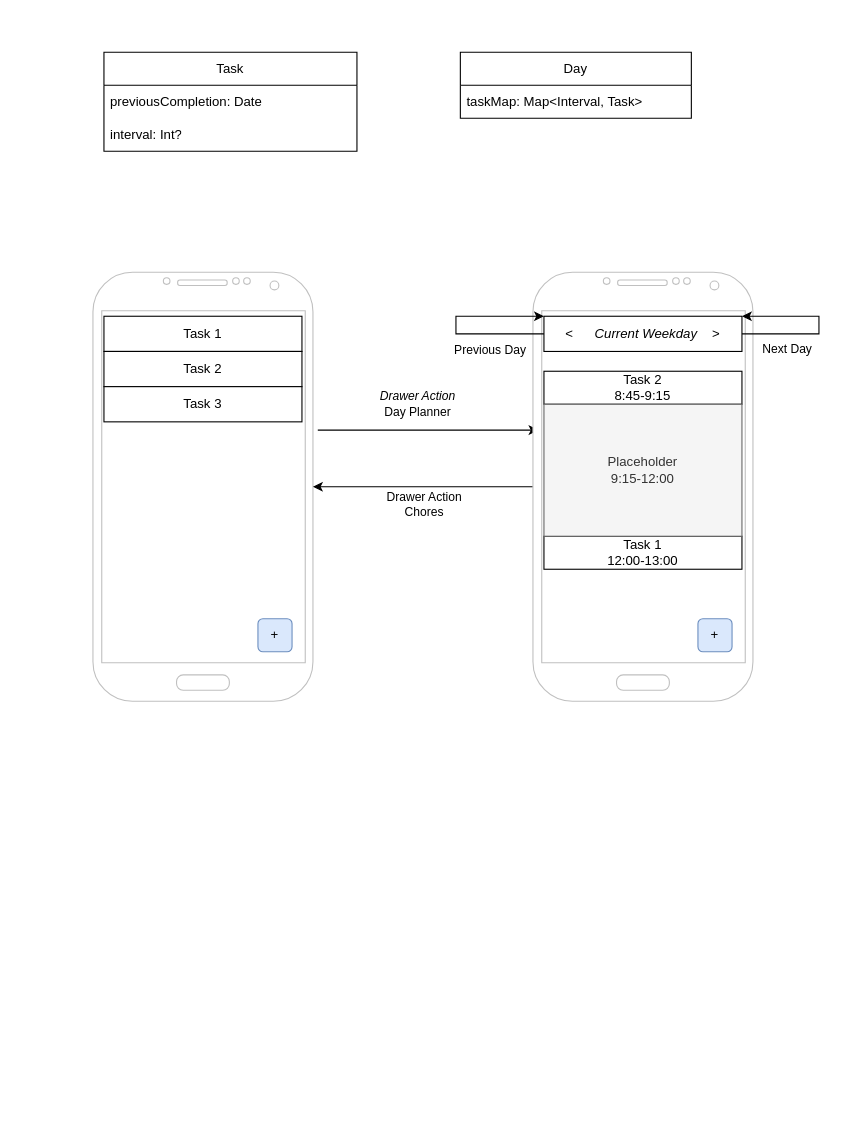
Before: day-planner.drawio in meik99/SimpleChores, a draw.io diagram. Source tidied: cells renumbered, new cells numbered last; positions are measured from the earlier drawing's top-left corner, leaving out a move shared by most shapes. Both pictures are drawn from the tidied source at 110%, with x=0, y=0 at pixel (92, 52).
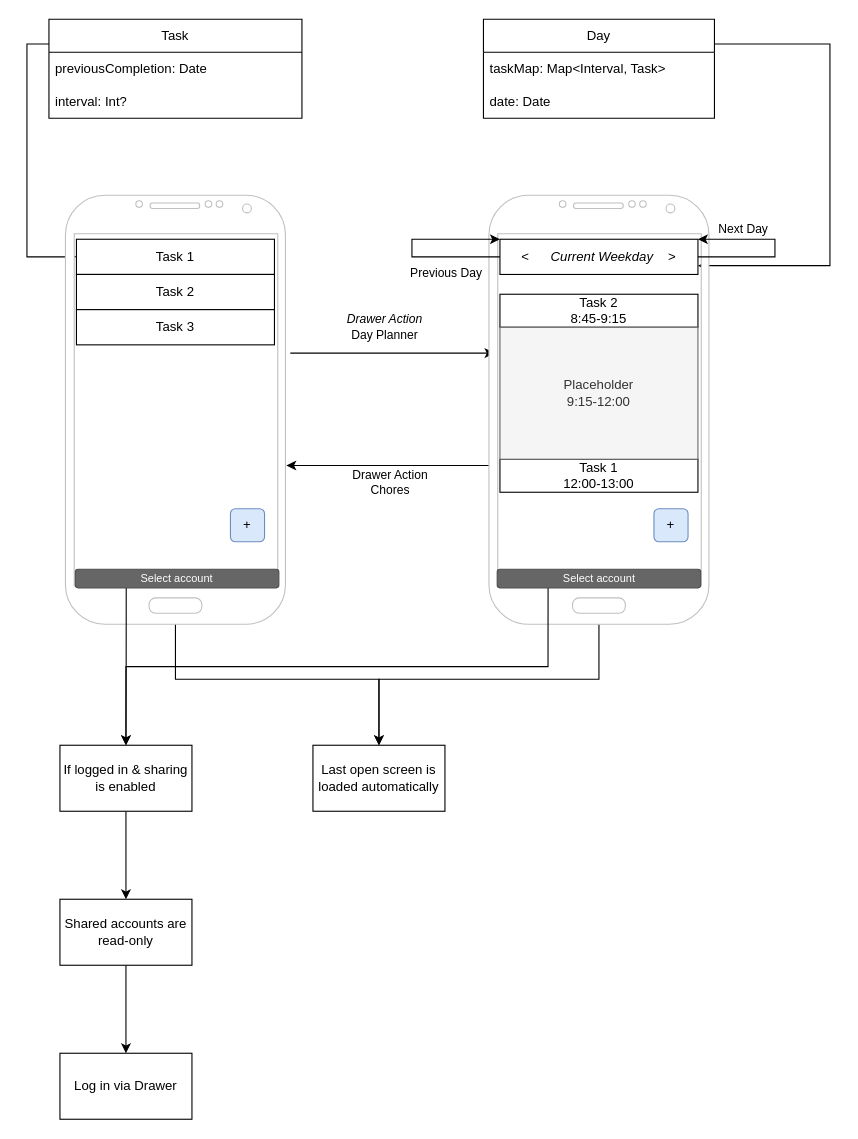
The same page after the edit.

The edit, as a diff of the source:
```diff
@@
+    <mxCell id="26" style="edgeStyle=orthogonalEdgeStyle;rounded=0;jettySize=auto;html=1;exitX=0;exitY=0.25;exitDx=0;exitDy=0;entryX=0;entryY=0.5;entryDx=0;entryDy=0;" parent="1" edge="1" source="2" target="10">
+      <mxGeometry relative="1" as="geometry" />
+    </mxCell>
     <mxCell id="2" value="Task" style="swimlane;fontStyle=0;horizontal=1;startSize=30;whiteSpace=wrap;html=1;" parent="1" vertex="1">
-      <mxGeometry x="10" width="230" height="90" as="geometry" />
+      <mxGeometry x="-40" y="-30" width="230" height="90" as="geometry" />
     </mxCell>
@@
+    <mxCell id="27" style="edgeStyle=orthogonalEdgeStyle;rounded=0;jettySize=auto;html=1;exitX=1;exitY=0.25;exitDx=0;exitDy=0;entryX=1;entryY=0.75;entryDx=0;entryDy=0;" parent="1" edge="1" source="5" target="17">
+      <mxGeometry relative="1" as="geometry">
+        <Array as="points">
+          <mxPoint x="670" y="-7" />
+          <mxPoint x="670" y="194" />
+        </Array>
+      </mxGeometry>
+    </mxCell>
     <mxCell id="5" value="Day" style="swimlane;fontStyle=0;horizontal=1;startSize=30;whiteSpace=wrap;html=1;" parent="1" vertex="1">
-      <mxGeometry x="334" width="210" height="60" as="geometry" />
+      <mxGeometry x="355" y="-30" width="210" height="90" as="geometry" />
     </mxCell>
@@
+    <mxCell id="28" value="date: Date" style="text;strokeColor=none;fillColor=none;align=left;verticalAlign=middle;spacingLeft=4;spacingRight=4;overflow=hidden;whiteSpace=wrap;html=1;" parent="5" vertex="1">
+      <mxGeometry y="60" width="210" height="30" as="geometry" />
+    </mxCell>
@@
+    <mxCell id="29" style="edgeStyle=orthogonalEdgeStyle;rounded=0;jettySize=auto;html=1;entryX=0.5;entryY=0;entryDx=0;entryDy=0;" parent="1" edge="1" source="9" target="31">
+      <mxGeometry relative="1" as="geometry">
+        <Array as="points">
+          <mxPoint x="75" y="570" />
+          <mxPoint x="260" y="570" />
+        </Array>
+      </mxGeometry>
+    </mxCell>
     <mxCell id="9" style="verticalLabelPosition=bottom;verticalAlign=top;html=1;shadow=0;dashed=0;strokeWidth=1;shape=mxgraph.android.phone2;strokeColor=#c0c0c0;" parent="1" vertex="1">
-      <mxGeometry y="200" width="200" height="390" as="geometry" />
+      <mxGeometry x="-25" y="130" width="200" height="390" as="geometry" />
     </mxCell>
     <mxCell id="10" value="Task 1" style="rounded=0;whiteSpace=wrap;html=1;" parent="1" vertex="1">
-      <mxGeometry x="10" y="240" width="180" height="32" as="geometry" />
+      <mxGeometry x="-15" y="170" width="180" height="32" as="geometry" />
     </mxCell>
     <mxCell id="11" value="Task 2" style="rounded=0;whiteSpace=wrap;html=1;" parent="1" vertex="1">
-      <mxGeometry x="10" y="272" width="180" height="32" as="geometry" />
+      <mxGeometry x="-15" y="202" width="180" height="32" as="geometry" />
     </mxCell>
     <mxCell id="12" value="Task 3" style="rounded=0;whiteSpace=wrap;html=1;" parent="1" vertex="1">
-      <mxGeometry x="10" y="304" width="180" height="32" as="geometry" />
+      <mxGeometry x="-15" y="234" width="180" height="32" as="geometry" />
     </mxCell>
     <mxCell id="13" value="+" style="rounded=1;whiteSpace=wrap;html=1;fillColor=#dae8fc;strokeColor=#6c8ebf;" parent="1" vertex="1">
-      <mxGeometry x="150" y="515" width="31" height="30" as="geometry" />
+      <mxGeometry x="125" y="415" width="31" height="30" as="geometry" />
     </mxCell>
-    <mxCell id="14" style="edgeStyle=orthogonalEdgeStyle;rounded=0;jettySize=auto;html=1;" parent="1" edge="1" source="16" target="9">
+    <mxCell id="14" style="edgeStyle=orthogonalEdgeStyle;rounded=0;jettySize=auto;html=1;entryX=1.004;entryY=0.63;entryDx=0;entryDy=0;entryPerimeter=0;exitX=0.015;exitY=0.63;exitDx=0;exitDy=0;exitPerimeter=0;" parent="1" edge="1" source="16" target="9">
       <mxGeometry relative="1" as="geometry" />
     </mxCell>
@@
+    <mxCell id="30" style="edgeStyle=orthogonalEdgeStyle;rounded=0;jettySize=auto;html=1;" parent="1" edge="1" source="16" target="31">
+      <mxGeometry relative="1" as="geometry">
+        <Array as="points">
+          <mxPoint x="460" y="570" />
+          <mxPoint x="260" y="570" />
+        </Array>
+      </mxGeometry>
+    </mxCell>
     <mxCell id="16" style="verticalLabelPosition=bottom;verticalAlign=top;html=1;shadow=0;dashed=0;strokeWidth=1;shape=mxgraph.android.phone2;strokeColor=#c0c0c0;" parent="1" vertex="1">
-      <mxGeometry x="400" y="200" width="200" height="390" as="geometry" />
+      <mxGeometry x="360" y="130" width="200" height="390" as="geometry" />
     </mxCell>
     <mxCell id="17" value="&amp;lt;&lt;span style=&quot;white-space: pre;&quot;&gt;&#9;&lt;i&gt;Current Weekday &lt;/i&gt;&lt;span style=&quot;white-space: pre;&quot;&gt;&#9;&lt;/span&gt;&amp;gt;&lt;/span&gt;" style="rounded=0;whiteSpace=wrap;html=1;" parent="1" vertex="1">
-      <mxGeometry x="410" y="240" width="180" height="32" as="geometry" />
+      <mxGeometry x="370" y="170" width="180" height="32" as="geometry" />
     </mxCell>
     <mxCell id="18" style="edgeStyle=orthogonalEdgeStyle;rounded=0;orthogonalLoop=1;jettySize=auto;html=1;exitX=0;exitY=0.5;exitDx=0;exitDy=0;entryX=0;entryY=0;entryDx=0;entryDy=0;" parent="1" edge="1" source="17" target="17">
       <mxGeometry relative="1" as="geometry">
         <Array as="points">
-          <mxPoint x="330" y="256" />
-          <mxPoint x="330" y="240" />
+          <mxPoint x="290" y="186" />
+          <mxPoint x="290" y="170" />
         </Array>
       </mxGeometry>
     </mxCell>
@@
     <mxCell id="20" style="edgeStyle=orthogonalEdgeStyle;rounded=0;orthogonalLoop=1;jettySize=auto;html=1;exitX=1;exitY=0.5;exitDx=0;exitDy=0;entryX=1;entryY=0;entryDx=0;entryDy=0;" parent="1" edge="1" source="17" target="17">
       <mxGeometry relative="1" as="geometry">
         <Array as="points">
-          <mxPoint x="660" y="256" />
-          <mxPoint x="660" y="240" />
+          <mxPoint x="620" y="186" />
+          <mxPoint x="620" y="170" />
         </Array>
       </mxGeometry>
     </mxCell>
     <mxCell id="21" value="Next Day" style="edgeLabel;html=1;align=center;verticalAlign=middle;" parent="20" vertex="1">
       <mxGeometry x="-0.72" y="2" relative="1" as="geometry">
-        <mxPoint x="18" y="15" as="offset" />
+        <mxPoint x="18" y="-24" as="offset" />
       </mxGeometry>
     </mxCell>
     <mxCell id="22" value="&lt;div&gt;Task 2&lt;/div&gt;8:45-9:15" style="rounded=0;whiteSpace=wrap;html=1;" parent="1" vertex="1">
-      <mxGeometry x="410" y="290" width="180" height="30" as="geometry" />
+      <mxGeometry x="370" y="220" width="180" height="30" as="geometry" />
     </mxCell>
     <mxCell id="23" value="&lt;div&gt;Task 1&lt;br&gt;&lt;/div&gt;12:00-13:00" style="rounded=0;whiteSpace=wrap;html=1;" parent="1" vertex="1">
-      <mxGeometry x="410" y="440" width="180" height="30" as="geometry" />
+      <mxGeometry x="370" y="370" width="180" height="30" as="geometry" />
     </mxCell>
     <mxCell id="24" value="&lt;div&gt;Placeholder&lt;br&gt;&lt;/div&gt;9:15-12:00" style="rounded=0;whiteSpace=wrap;html=1;fillColor=#f5f5f5;fontColor=#333333;strokeColor=#666666;" parent="1" vertex="1">
-      <mxGeometry x="410" y="320" width="180" height="120" as="geometry" />
+      <mxGeometry x="370" y="250" width="180" height="120" as="geometry" />
     </mxCell>
     <mxCell id="25" value="+" style="rounded=1;whiteSpace=wrap;html=1;fillColor=#dae8fc;strokeColor=#6c8ebf;" parent="1" vertex="1">
-      <mxGeometry x="550" y="515" width="31" height="30" as="geometry" />
+      <mxGeometry x="510" y="415" width="31" height="30" as="geometry" />
     </mxCell>
+    <mxCell id="31" value="Last open screen is loaded automatically" style="rounded=0;whiteSpace=wrap;html=1;" parent="1" vertex="1">
+      <mxGeometry x="200" y="630" width="120" height="60" as="geometry" />
+    </mxCell>
+    <mxCell id="32" style="edgeStyle=orthogonalEdgeStyle;rounded=0;jettySize=auto;html=1;exitX=0.25;exitY=1;exitDx=0;exitDy=0;" parent="1" edge="1" source="33" target="37">
+      <mxGeometry relative="1" as="geometry" />
+    </mxCell>
+    <mxCell id="33" value="Select account" style="rounded=1;html=1;shadow=0;dashed=0;whiteSpace=wrap;fontSize=10;fillColor=#666666;align=center;strokeColor=#4D4D4D;fontColor=#ffffff;" parent="1" vertex="1">
+      <mxGeometry x="-16" y="470" width="185" height="16.9" as="geometry" />
+    </mxCell>
+    <mxCell id="34" style="edgeStyle=orthogonalEdgeStyle;rounded=0;jettySize=auto;html=1;exitX=0.25;exitY=1;exitDx=0;exitDy=0;" parent="1" edge="1" source="35" target="37">
+      <mxGeometry relative="1" as="geometry" />
+    </mxCell>
+    <mxCell id="35" value="Select account" style="rounded=1;html=1;shadow=0;dashed=0;whiteSpace=wrap;fontSize=10;fillColor=#666666;align=center;strokeColor=#4D4D4D;fontColor=#ffffff;" parent="1" vertex="1">
+      <mxGeometry x="367.5" y="470" width="185" height="16.9" as="geometry" />
+    </mxCell>
+    <mxCell id="36" style="edgeStyle=orthogonalEdgeStyle;rounded=0;jettySize=auto;html=1;" parent="1" edge="1" source="37" target="39">
+      <mxGeometry relative="1" as="geometry" />
+    </mxCell>
+    <mxCell id="37" value="If logged in &amp;amp; sharing is enabled" style="rounded=0;whiteSpace=wrap;html=1;" parent="1" vertex="1">
+      <mxGeometry x="-30" y="630" width="120" height="60" as="geometry" />
+    </mxCell>
+    <mxCell id="38" style="edgeStyle=orthogonalEdgeStyle;rounded=0;jettySize=auto;html=1;" parent="1" edge="1" source="39" target="40">
+      <mxGeometry relative="1" as="geometry" />
+    </mxCell>
+    <mxCell id="39" value="Shared accounts are read-only" style="whiteSpace=wrap;html=1;rounded=0;" parent="1" vertex="1">
+      <mxGeometry x="-30" y="770" width="120" height="60" as="geometry" />
+    </mxCell>
+    <mxCell id="40" value="Log in via Drawer" style="whiteSpace=wrap;html=1;rounded=0;" parent="1" vertex="1">
+      <mxGeometry x="-30" y="910" width="120" height="60" as="geometry" />
+    </mxCell>
```
